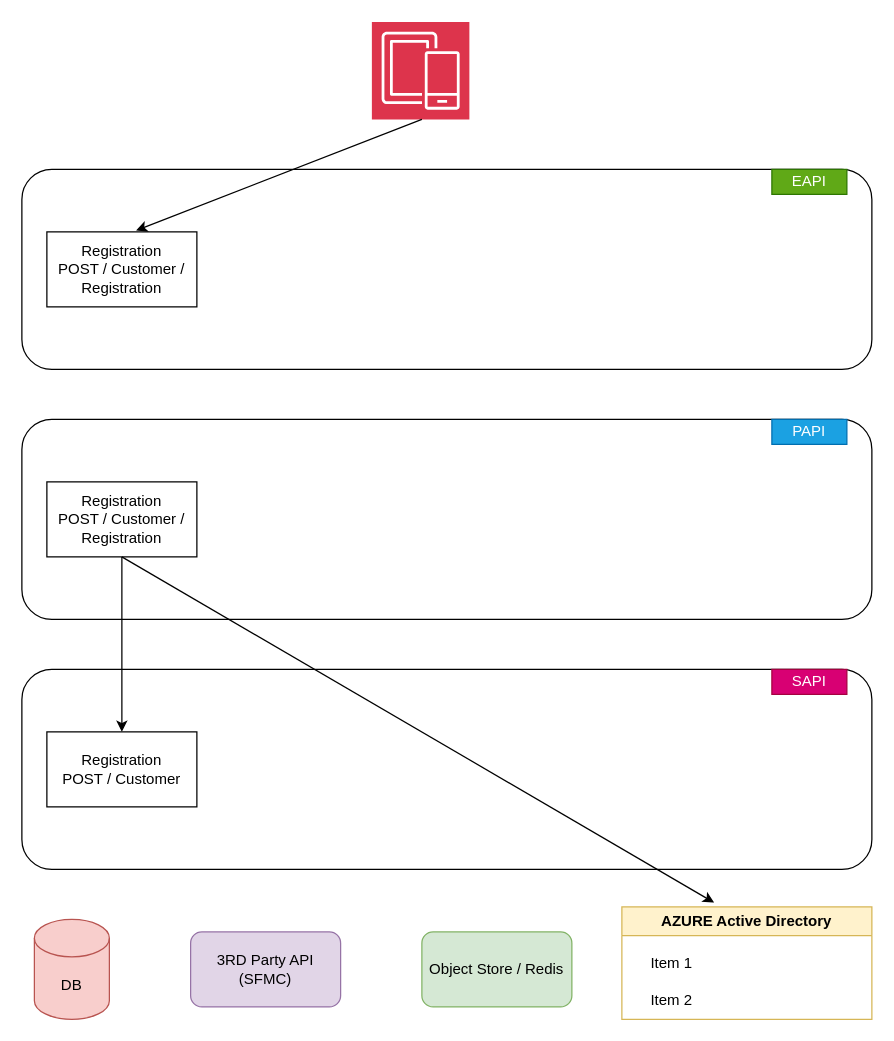
This is APILandscapeDiagram.drawio from busugu2018/muleCustomerOnboarding, a draw.io file, before an edit. Source tidied: cells renumbered, new cells numbered last; positions are measured from the earlier drawing's top-left corner, leaving out a move shared by most shapes. Both pictures are drawn from the tidied source at 125%, with x=0, y=0 at pixel (21, 21).
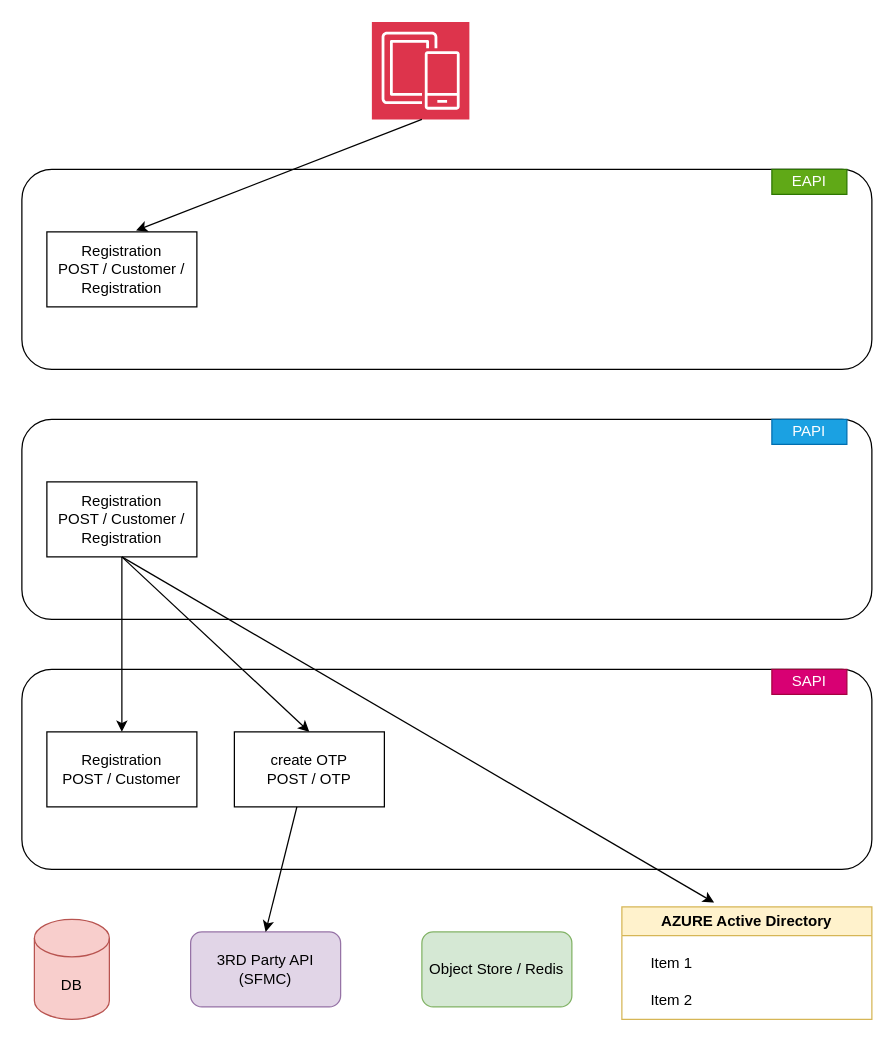
The same page after the edit.

Unchanged cells that the change refers to:
```xml
<mxCell id="6" value="&lt;div&gt;3RD Party API&lt;/div&gt;&lt;div&gt;(SFMC)&lt;/div&gt;" style="rounded=1;whiteSpace=wrap;html=1;fillColor=#e1d5e7;strokeColor=#9673a6;" parent="1" vertex="1">
  <mxGeometry x="135" y="728" width="120" height="60" as="geometry" />
</mxCell>
```

Diff of the diagram source:
```diff
@@
+    <mxCell id="21" style="endArrow=classic;html=1;rounded=0;entryX=0.5;entryY=0;entryDx=0;entryDy=0;" parent="1" edge="1" target="22">
+      <mxGeometry relative="1" as="geometry">
+        <mxPoint x="80" y="428" as="sourcePoint" />
+      </mxGeometry>
+    </mxCell>
+    <mxCell id="22" value="create OTP&lt;div&gt;POST / OTP&lt;/div&gt;" style="rounded=0;whiteSpace=wrap;html=1;" parent="1" vertex="1">
+      <mxGeometry x="170" y="568" width="120" height="60" as="geometry" />
+    </mxCell>
+    <mxCell id="23" style="endArrow=classic;html=1;rounded=0;entryX=0.5;entryY=0;entryDx=0;entryDy=0;" parent="1" edge="1" target="6">
+      <mxGeometry relative="1" as="geometry">
+        <mxPoint x="220" y="628" as="sourcePoint" />
+      </mxGeometry>
+    </mxCell>
```
